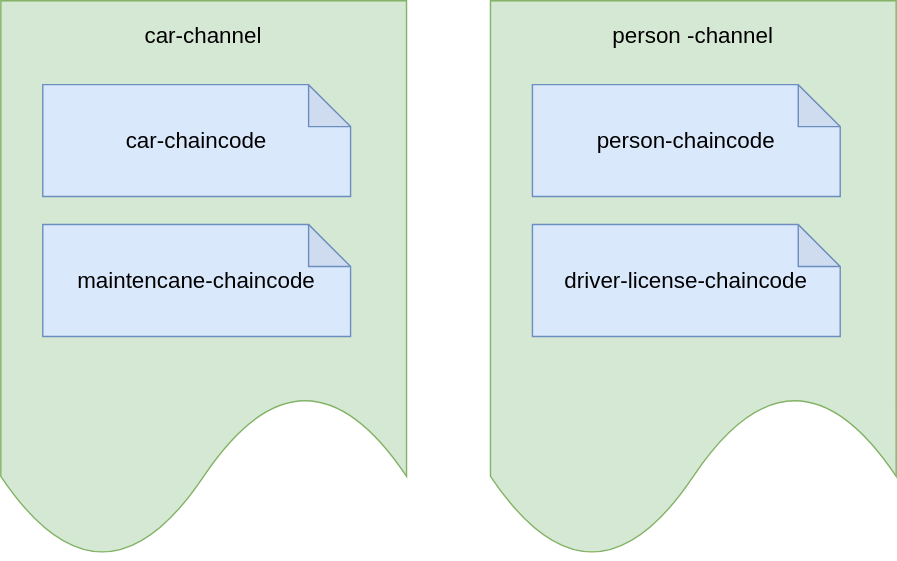
Earlier version of the draw.io export docs/diagrams/channel-chaincode.drawio.svg (yurihartmann/car_lifes_cycle_hyperledger_fabric). Source tidied: cells renumbered, new cells last; positions are measured from the earlier drawing's top-left corner, leaving out a move shared by most shapes. The source it was exported from:
```xml
<mxGraphModel>
  <root>
    <mxCell id="0" />
    <mxCell id="1" parent="0" />
    <mxCell id="2" style="shape=document;whiteSpace=wrap;html=1;boundedLbl=1;fillColor=#d5e8d4;strokeColor=#82b366;" parent="1" vertex="1">
      <mxGeometry width="290" height="400" as="geometry" />
    </mxCell>
    <mxCell id="3" value="&lt;font style=&quot;font-size: 16px&quot;&gt;car-channel&lt;/font&gt;" style="text;html=1;align=center;verticalAlign=middle;whiteSpace=wrap;rounded=0;fillColor=none;strokeColor=none;fontColor=#000000;" parent="1" vertex="1">
      <mxGeometry x="100" y="10" width="90" height="30" as="geometry" />
    </mxCell>
    <mxCell id="4" style="shape=document;whiteSpace=wrap;html=1;boundedLbl=1;fillColor=#d5e8d4;strokeColor=#82b366;" parent="1" vertex="1">
      <mxGeometry x="350" width="290" height="400" as="geometry" />
    </mxCell>
    <mxCell id="5" value="&lt;font style=&quot;font-size: 16px&quot;&gt;person -channel&lt;/font&gt;" style="text;html=1;align=center;verticalAlign=middle;whiteSpace=wrap;rounded=0;fillColor=none;strokeColor=none;fontColor=#000000;" parent="1" vertex="1">
      <mxGeometry x="435" y="10" width="120" height="30" as="geometry" />
    </mxCell>
    <mxCell id="6" value="&lt;font color=&quot;#000000&quot;&gt;car-chaincode&lt;/font&gt;" style="shape=note;whiteSpace=wrap;html=1;backgroundOutline=1;darkOpacity=0.05;fontSize=16;strokeColor=#6c8ebf;fillColor=#dae8fc;" parent="1" vertex="1">
      <mxGeometry x="30" y="60" width="220" height="80" as="geometry" />
    </mxCell>
    <mxCell id="7" value="&lt;font color=&quot;#000000&quot;&gt;person-chaincode&lt;/font&gt;" style="shape=note;whiteSpace=wrap;html=1;backgroundOutline=1;darkOpacity=0.05;fontSize=16;strokeColor=#6c8ebf;fillColor=#dae8fc;" parent="1" vertex="1">
      <mxGeometry x="380" y="60" width="220" height="80" as="geometry" />
    </mxCell>
    <mxCell id="8" value="&lt;font color=&quot;#000000&quot;&gt;driver-license-chaincode&lt;/font&gt;" style="shape=note;whiteSpace=wrap;html=1;backgroundOutline=1;darkOpacity=0.05;fontSize=16;strokeColor=#6c8ebf;fillColor=#dae8fc;" parent="1" vertex="1">
      <mxGeometry x="380" y="160" width="220" height="80" as="geometry" />
    </mxCell>
    <mxCell id="9" value="&lt;font color=&quot;#000000&quot;&gt;maintencane-chaincode&lt;/font&gt;" style="shape=note;whiteSpace=wrap;html=1;backgroundOutline=1;darkOpacity=0.05;fontSize=16;strokeColor=#6c8ebf;fillColor=#dae8fc;" parent="1" vertex="1">
      <mxGeometry x="30" y="160" width="220" height="80" as="geometry" />
    </mxCell>
  </root>
</mxGraphModel>
```
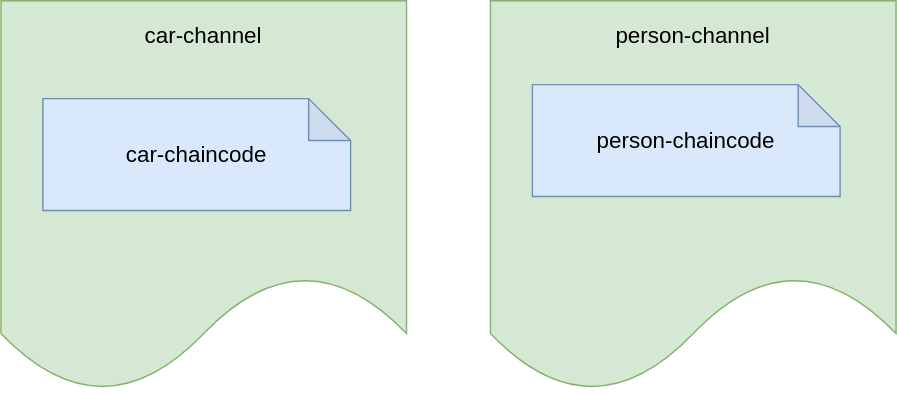
Later version of the same file.

Change to the diagram source:
```diff
@@ -3,28 +3,22 @@
     <mxCell id="0" />
     <mxCell id="1" parent="0" />
     <mxCell id="2" style="shape=document;whiteSpace=wrap;html=1;boundedLbl=1;fillColor=#d5e8d4;strokeColor=#82b366;" parent="1" vertex="1">
-      <mxGeometry width="290" height="400" as="geometry" />
+      <mxGeometry width="290" height="280" as="geometry" />
     </mxCell>
     <mxCell id="3" value="&lt;font style=&quot;font-size: 16px&quot;&gt;car-channel&lt;/font&gt;" style="text;html=1;align=center;verticalAlign=middle;whiteSpace=wrap;rounded=0;fillColor=none;strokeColor=none;fontColor=#000000;" parent="1" vertex="1">
       <mxGeometry x="100" y="10" width="90" height="30" as="geometry" />
     </mxCell>
     <mxCell id="4" style="shape=document;whiteSpace=wrap;html=1;boundedLbl=1;fillColor=#d5e8d4;strokeColor=#82b366;" parent="1" vertex="1">
-      <mxGeometry x="350" width="290" height="400" as="geometry" />
+      <mxGeometry x="350" width="290" height="280" as="geometry" />
     </mxCell>
-    <mxCell id="5" value="&lt;font style=&quot;font-size: 16px&quot;&gt;person -channel&lt;/font&gt;" style="text;html=1;align=center;verticalAlign=middle;whiteSpace=wrap;rounded=0;fillColor=none;strokeColor=none;fontColor=#000000;" parent="1" vertex="1">
+    <mxCell id="5" value="&lt;font style=&quot;font-size: 16px&quot;&gt;person-channel&lt;/font&gt;" style="text;html=1;align=center;verticalAlign=middle;whiteSpace=wrap;rounded=0;fillColor=none;strokeColor=none;fontColor=#000000;" parent="1" vertex="1">
       <mxGeometry x="435" y="10" width="120" height="30" as="geometry" />
     </mxCell>
     <mxCell id="6" value="&lt;font color=&quot;#000000&quot;&gt;car-chaincode&lt;/font&gt;" style="shape=note;whiteSpace=wrap;html=1;backgroundOutline=1;darkOpacity=0.05;fontSize=16;strokeColor=#6c8ebf;fillColor=#dae8fc;" parent="1" vertex="1">
-      <mxGeometry x="30" y="60" width="220" height="80" as="geometry" />
+      <mxGeometry x="30" y="70" width="220" height="80" as="geometry" />
     </mxCell>
     <mxCell id="7" value="&lt;font color=&quot;#000000&quot;&gt;person-chaincode&lt;/font&gt;" style="shape=note;whiteSpace=wrap;html=1;backgroundOutline=1;darkOpacity=0.05;fontSize=16;strokeColor=#6c8ebf;fillColor=#dae8fc;" parent="1" vertex="1">
       <mxGeometry x="380" y="60" width="220" height="80" as="geometry" />
     </mxCell>
-    <mxCell id="8" value="&lt;font color=&quot;#000000&quot;&gt;driver-license-chaincode&lt;/font&gt;" style="shape=note;whiteSpace=wrap;html=1;backgroundOutline=1;darkOpacity=0.05;fontSize=16;strokeColor=#6c8ebf;fillColor=#dae8fc;" parent="1" vertex="1">
-      <mxGeometry x="380" y="160" width="220" height="80" as="geometry" />
-    </mxCell>
-    <mxCell id="9" value="&lt;font color=&quot;#000000&quot;&gt;maintencane-chaincode&lt;/font&gt;" style="shape=note;whiteSpace=wrap;html=1;backgroundOutline=1;darkOpacity=0.05;fontSize=16;strokeColor=#6c8ebf;fillColor=#dae8fc;" parent="1" vertex="1">
-      <mxGeometry x="30" y="160" width="220" height="80" as="geometry" />
-    </mxCell>
   </root>
 </mxGraphModel>
```
